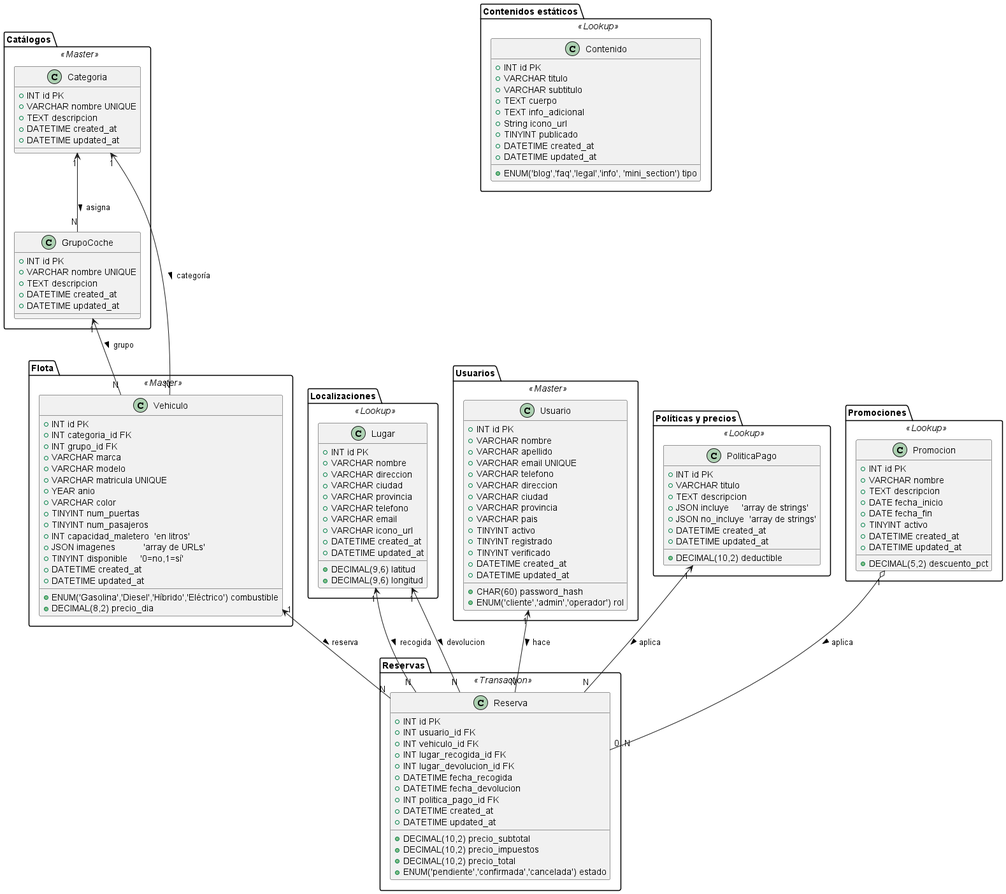
This is utils/uml/output/__WorkspaceFolder__/utils/uml/esquemaUml/esquemadbMOBILITY4YOU.png from OUABSL/Mobility4You, a PlantUML export, as it was before one commit. Source of this version:
```plantuml
@startuml esquemadbMOBILITY4YOU

skinparam class {
  BackgroundColor<<Master>> #DDFFDD
  BackgroundColor<<Lookup>> #FFEECC
  BackgroundColor<<Transaction>> #FFDDDD
  BorderColor #333
}

package "Catálogos" <<Master>> {
  class Categoria {
    + INT id PK
    + VARCHAR nombre UNIQUE
    + TEXT descripcion
    + DATETIME created_at
    + DATETIME updated_at
  }

  class GrupoCoche {
    + INT id PK
    + VARCHAR nombre UNIQUE
    + TEXT descripcion
    + DATETIME created_at
    + DATETIME updated_at
  }

  Categoria "1" <-- "N" GrupoCoche : asigna >
}

package "Flota" <<Master>> {
  class Vehiculo {
    + INT id PK
    + INT categoria_id FK
    + INT grupo_id FK
    + ENUM('Gasolina','Diesel','Híbrido','Eléctrico') combustible
    + VARCHAR marca
    + VARCHAR modelo
    + VARCHAR matricula UNIQUE
    + YEAR anio
    + VARCHAR color
    + TINYINT num_puertas
    + TINYINT num_pasajeros
    + INT capacidad_maletero  'en litros'
    + DECIMAL(8,2) precio_dia
    + JSON imagenes           'array de URLs'
    + TINYINT disponible     '0=no,1=sí'
    + DATETIME created_at
    + DATETIME updated_at
  }
  Categoria "1" <-- "N" Vehiculo      : categoría >
  GrupoCoche "1" <-- "N" Vehiculo     : grupo >
}

package "Localizaciones" <<Lookup>> {
  class Lugar {
    + INT id PK
    + VARCHAR nombre
    + VARCHAR direccion
    + VARCHAR ciudad
    + VARCHAR provincia
    + DECIMAL(9,6) latitud
    + DECIMAL(9,6) longitud
    + VARCHAR telefono
    + VARCHAR email
    + VARCHAR icono_url
    + DATETIME created_at
    + DATETIME updated_at
  }
}

package "Usuarios" <<Master>> {
  class Usuario {
    + INT id PK
    + VARCHAR nombre
    + VARCHAR apellido
    + VARCHAR email UNIQUE
    + CHAR(60) password_hash
    + VARCHAR telefono
    + VARCHAR direccion
    + VARCHAR ciudad
    + VARCHAR provincia
    + VARCHAR pais
    + ENUM('cliente','admin','operador') rol
    + TINYINT activo
    + TINYINT registrado
    + TINYINT verificado
    + DATETIME created_at
    + DATETIME updated_at
  }
}

package "Políticas y precios" <<Lookup>> {
  class PoliticaPago {
    + INT id PK
    + VARCHAR titulo
    + DECIMAL(10,2) deductible
    + TEXT descripcion
    + JSON incluye     'array de strings'
    + JSON no_incluye  'array de strings'
    + DATETIME created_at
    + DATETIME updated_at
  }
}

package "Reservas" <<Transaction>> {
  class Reserva {
    + INT id PK
    + INT usuario_id FK
    + INT vehiculo_id FK
    + INT lugar_recogida_id FK
    + INT lugar_devolucion_id FK
    + DATETIME fecha_recogida
    + DATETIME fecha_devolucion
    + INT politica_pago_id FK
    + DECIMAL(10,2) precio_subtotal
    + DECIMAL(10,2) precio_impuestos
    + DECIMAL(10,2) precio_total
    + ENUM('pendiente','confirmada','cancelada') estado
    + DATETIME created_at
    + DATETIME updated_at
  }

  Usuario "1" <-- "N" Reserva          : hace >
  Vehiculo   "1" <-- "N" Reserva          : reserva >
  Lugar   "1" <-- "N" Reserva : recogida >
  Lugar   "1" <-- "N" Reserva : devolucion >
  PoliticaPago "1" <-- "N" Reserva    : aplica >
}

package "Promociones" <<Lookup>> {
  class Promocion {
    + INT id PK
    + VARCHAR nombre
    + TEXT descripcion
    + DECIMAL(5,2) descuento_pct
    + DATE fecha_inicio
    + DATE fecha_fin
    + TINYINT activo
    + DATETIME created_at
    + DATETIME updated_at
  }
  Promocion "1" o-- "0..N" Reserva : aplica >
}

package "Contenidos estáticos" <<Lookup>> {
  class Contenido {
    + INT id PK
    + ENUM('blog','faq','legal','info', 'mini_section') tipo
    + VARCHAR titulo
    + VARCHAR subtitulo
    + TEXT cuerpo
    + TEXT info_adicional
    + String icono_url
    + TINYINT publicado
    + DATETIME created_at
    + DATETIME updated_at
  }
}

@enduml
```
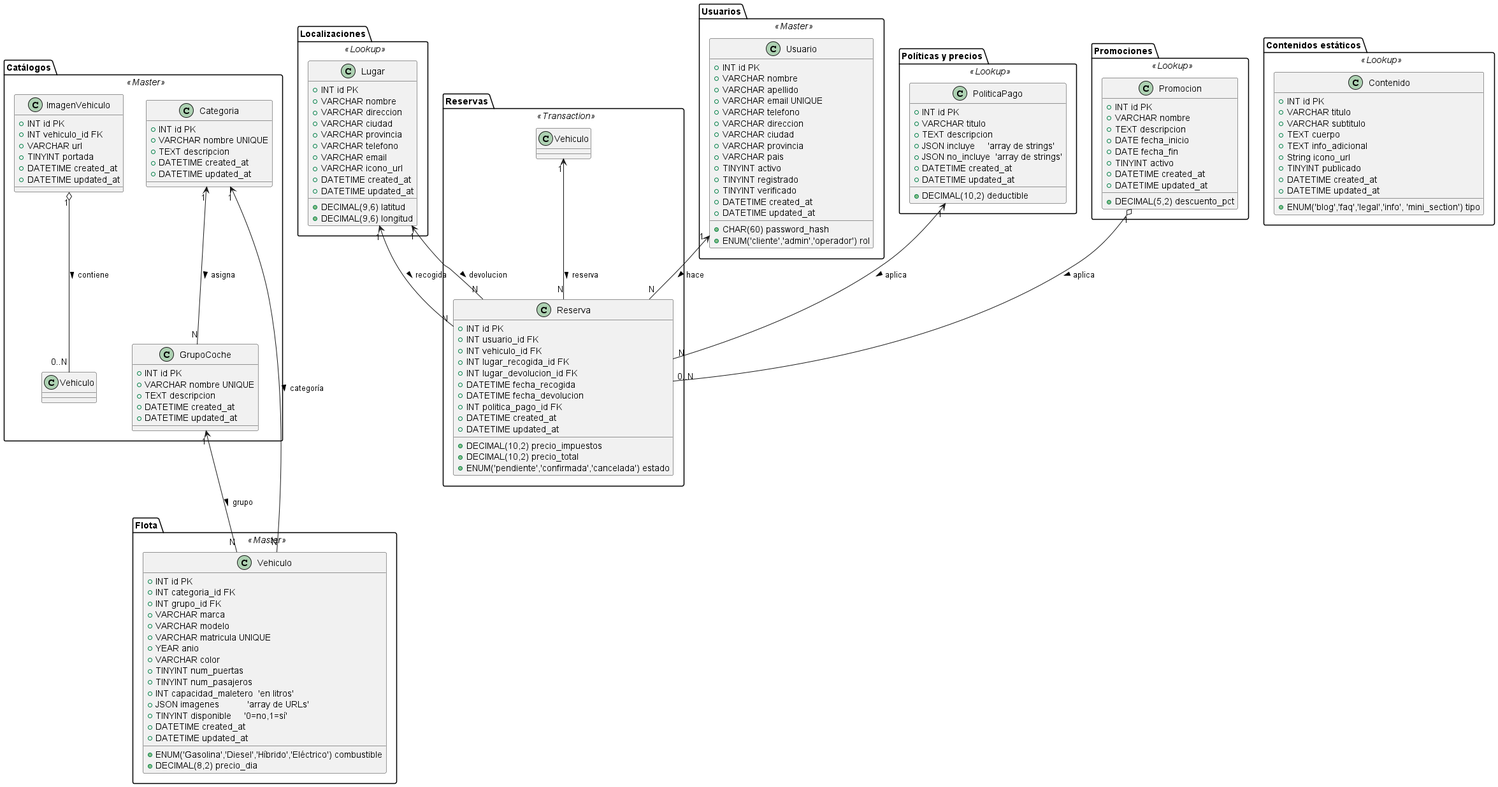
The same diagram one commit later.

Diff of the diagram source:
```diff
@@ -24,8 +24,20 @@
     + DATETIME updated_at
   }
 
+  class ImagenVehiculo {
+    + INT id PK
+    + INT vehiculo_id FK
+    + VARCHAR url
+    + TINYINT portada
+    + DATETIME created_at
+    + DATETIME updated_at
+  }
+
+  ImagenVehiculo "1" o-- "0..N" Vehiculo : contiene >
   Categoria "1" <-- "N" GrupoCoche : asigna >
 }
+
+
 
 package "Flota" <<Master>> {
   class Vehiculo {
@@ -112,7 +124,6 @@
     + DATETIME fecha_recogida
     + DATETIME fecha_devolucion
     + INT politica_pago_id FK
-    + DECIMAL(10,2) precio_subtotal
     + DECIMAL(10,2) precio_impuestos
     + DECIMAL(10,2) precio_total
     + ENUM('pendiente','confirmada','cancelada') estado
```
